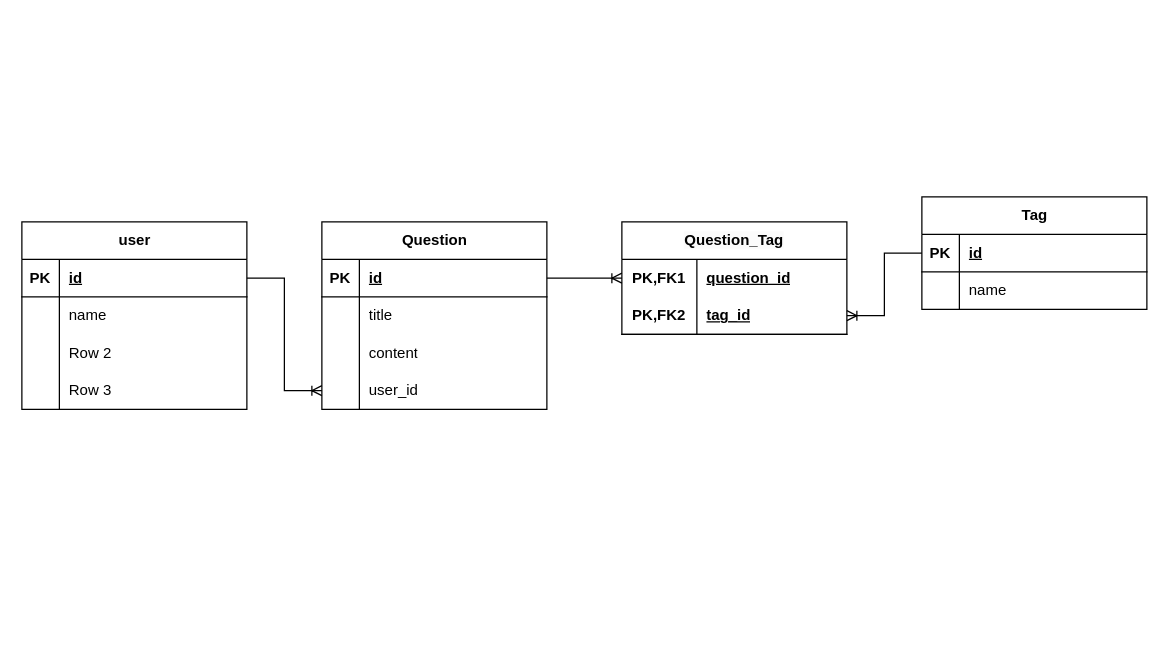
Before: Q&A.drawio in andrew-atef/andrew-atef, a draw.io diagram. Source tidied: cells renumbered, new cells numbered last; positions are measured from the earlier drawing's top-left corner, leaving out a move shared by most shapes. Both pictures are drawn from the tidied source at 125%, with x=0, y=0 at pixel (21, 196).
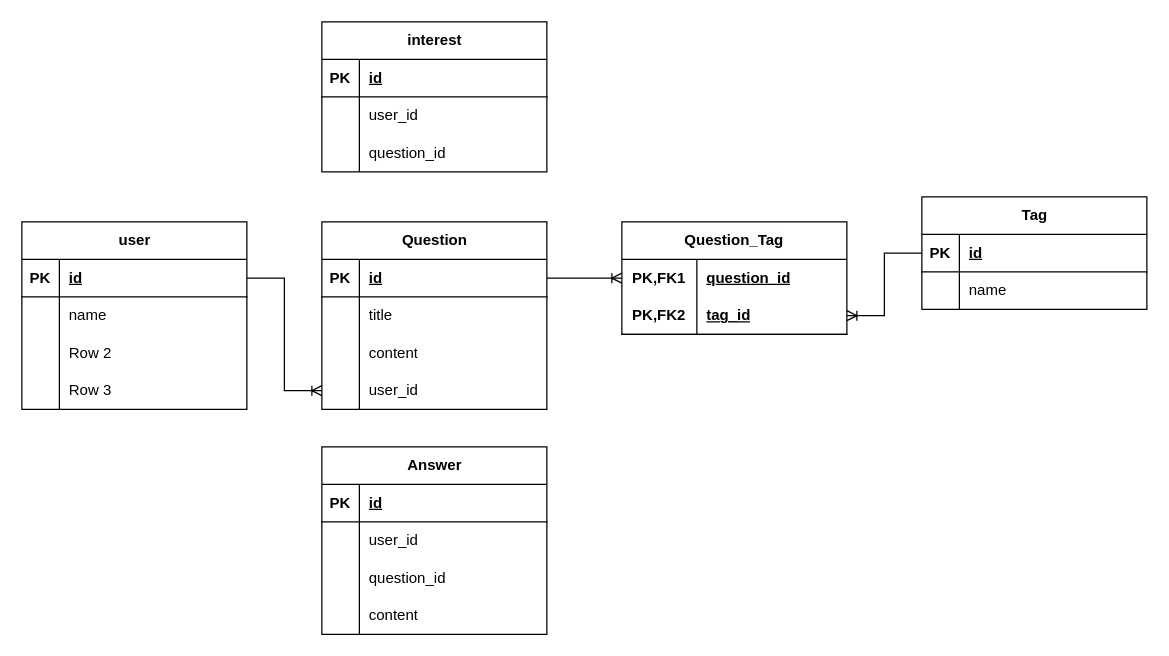
Above is the later version.

The edit, as a diff of the source:
```diff
@@
+    <mxCell id="45" value="Answer" style="shape=table;startSize=30;childLayout=tableLayout;rowLines=0;fontStyle=1;align=center;html=1;" parent="1" vertex="1">
+      <mxGeometry x="240" y="200" width="180" height="150" as="geometry" />
+    </mxCell>
+    <mxCell id="46" style="shape=tableRow;horizontal=0;startSize=0;swimlaneHead=0;swimlaneBody=0;fillColor=none;top=0;left=0;right=0;bottom=1;" parent="45" vertex="1">
+      <mxGeometry y="30" width="180" height="30" as="geometry" />
+    </mxCell>
+    <mxCell id="47" value="PK" style="shape=partialRectangle;fillColor=none;top=0;left=0;bottom=0;right=0;fontStyle=1;overflow=hidden;whiteSpace=wrap;html=1;" parent="46" vertex="1">
+      <mxGeometry width="30" height="30" as="geometry" />
+    </mxCell>
+    <mxCell id="48" value="id" style="shape=partialRectangle;fillColor=none;top=0;left=0;bottom=0;right=0;align=left;spacingLeft=6;fontStyle=5;overflow=hidden;whiteSpace=wrap;html=1;" parent="46" vertex="1">
+      <mxGeometry x="30" width="150" height="30" as="geometry" />
+    </mxCell>
+    <mxCell id="49" style="shape=tableRow;horizontal=0;startSize=0;swimlaneHead=0;swimlaneBody=0;fillColor=none;top=0;left=0;right=0;bottom=0;" parent="45" vertex="1">
+      <mxGeometry y="60" width="180" height="30" as="geometry" />
+    </mxCell>
+    <mxCell id="50" style="shape=partialRectangle;fillColor=none;top=0;left=0;bottom=0;right=0;overflow=hidden;whiteSpace=wrap;html=1;" parent="49" vertex="1">
+      <mxGeometry width="30" height="30" as="geometry" />
+    </mxCell>
+    <mxCell id="51" value="user_id" style="shape=partialRectangle;fillColor=none;top=0;left=0;bottom=0;right=0;align=left;spacingLeft=6;overflow=hidden;whiteSpace=wrap;html=1;" parent="49" vertex="1">
+      <mxGeometry x="30" width="150" height="30" as="geometry" />
+    </mxCell>
+    <mxCell id="52" style="shape=tableRow;horizontal=0;startSize=0;swimlaneHead=0;swimlaneBody=0;fillColor=none;top=0;left=0;right=0;bottom=0;" parent="45" vertex="1">
+      <mxGeometry y="90" width="180" height="30" as="geometry" />
+    </mxCell>
+    <mxCell id="53" style="shape=partialRectangle;fillColor=none;top=0;left=0;bottom=0;right=0;overflow=hidden;whiteSpace=wrap;html=1;" parent="52" vertex="1">
+      <mxGeometry width="30" height="30" as="geometry" />
+    </mxCell>
+    <mxCell id="54" value="&lt;span style=&quot;text-align: center; text-wrap: nowrap;&quot;&gt;question_id&lt;/span&gt;" style="shape=partialRectangle;fillColor=none;top=0;left=0;bottom=0;right=0;align=left;spacingLeft=6;overflow=hidden;whiteSpace=wrap;html=1;" parent="52" vertex="1">
+      <mxGeometry x="30" width="150" height="30" as="geometry" />
+    </mxCell>
+    <mxCell id="55" style="shape=tableRow;horizontal=0;startSize=0;swimlaneHead=0;swimlaneBody=0;fillColor=none;top=0;left=0;right=0;bottom=0;" parent="45" vertex="1">
+      <mxGeometry y="120" width="180" height="30" as="geometry" />
+    </mxCell>
+    <mxCell id="56" style="shape=partialRectangle;fillColor=none;top=0;left=0;bottom=0;right=0;overflow=hidden;whiteSpace=wrap;html=1;" parent="55" vertex="1">
+      <mxGeometry width="30" height="30" as="geometry" />
+    </mxCell>
+    <mxCell id="57" value="content" style="shape=partialRectangle;fillColor=none;top=0;left=0;bottom=0;right=0;align=left;spacingLeft=6;overflow=hidden;whiteSpace=wrap;html=1;" parent="55" vertex="1">
+      <mxGeometry x="30" width="150" height="30" as="geometry" />
+    </mxCell>
+    <mxCell id="58" value="interest" style="shape=table;startSize=30;childLayout=tableLayout;rowLines=0;fontStyle=1;align=center;html=1;" parent="1" vertex="1">
+      <mxGeometry x="240" y="-140" width="180" height="120" as="geometry" />
+    </mxCell>
+    <mxCell id="59" style="shape=tableRow;horizontal=0;startSize=0;swimlaneHead=0;swimlaneBody=0;fillColor=none;top=0;left=0;right=0;bottom=1;" parent="58" vertex="1">
+      <mxGeometry y="30" width="180" height="30" as="geometry" />
+    </mxCell>
+    <mxCell id="60" value="PK" style="shape=partialRectangle;fillColor=none;top=0;left=0;bottom=0;right=0;fontStyle=1;overflow=hidden;whiteSpace=wrap;html=1;" parent="59" vertex="1">
+      <mxGeometry width="30" height="30" as="geometry" />
+    </mxCell>
+    <mxCell id="61" value="id" style="shape=partialRectangle;fillColor=none;top=0;left=0;bottom=0;right=0;align=left;spacingLeft=6;fontStyle=5;overflow=hidden;whiteSpace=wrap;html=1;" parent="59" vertex="1">
+      <mxGeometry x="30" width="150" height="30" as="geometry" />
+    </mxCell>
+    <mxCell id="62" style="shape=tableRow;horizontal=0;startSize=0;swimlaneHead=0;swimlaneBody=0;fillColor=none;top=0;left=0;right=0;bottom=0;" parent="58" vertex="1">
+      <mxGeometry y="60" width="180" height="30" as="geometry" />
+    </mxCell>
+    <mxCell id="63" style="shape=partialRectangle;fillColor=none;top=0;left=0;bottom=0;right=0;overflow=hidden;whiteSpace=wrap;html=1;" parent="62" vertex="1">
+      <mxGeometry width="30" height="30" as="geometry" />
+    </mxCell>
+    <mxCell id="64" value="user_id" style="shape=partialRectangle;fillColor=none;top=0;left=0;bottom=0;right=0;align=left;spacingLeft=6;overflow=hidden;whiteSpace=wrap;html=1;" parent="62" vertex="1">
+      <mxGeometry x="30" width="150" height="30" as="geometry" />
+    </mxCell>
+    <mxCell id="65" style="shape=tableRow;horizontal=0;startSize=0;swimlaneHead=0;swimlaneBody=0;fillColor=none;top=0;left=0;right=0;bottom=0;" parent="58" vertex="1">
+      <mxGeometry y="90" width="180" height="30" as="geometry" />
+    </mxCell>
+    <mxCell id="66" style="shape=partialRectangle;fillColor=none;top=0;left=0;bottom=0;right=0;overflow=hidden;whiteSpace=wrap;html=1;" parent="65" vertex="1">
+      <mxGeometry width="30" height="30" as="geometry" />
+    </mxCell>
+    <mxCell id="67" value="&lt;span style=&quot;text-align: center; text-wrap: nowrap;&quot;&gt;question_id&lt;/span&gt;" style="shape=partialRectangle;fillColor=none;top=0;left=0;bottom=0;right=0;align=left;spacingLeft=6;overflow=hidden;whiteSpace=wrap;html=1;" parent="65" vertex="1">
+      <mxGeometry x="30" width="150" height="30" as="geometry" />
+    </mxCell>
```
